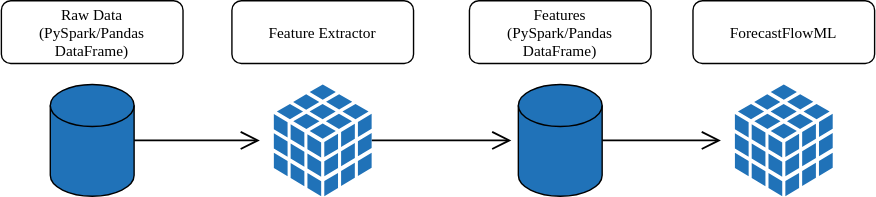
Earlier version of the draw.io export docs/source/_static/modules.svg (canerturkseven/ForecastFlowML). Source tidied: cells renumbered, new cells last; positions are measured from the earlier drawing's top-left corner, leaving out a move shared by most shapes. The source it was exported from:
```xml
<mxGraphModel>
  <root>
    <mxCell id="0" />
    <mxCell id="1" parent="0" />
    <mxCell id="2" style="edgeStyle=orthogonalEdgeStyle;rounded=0;jettySize=auto;html=1;strokeWidth=1.3;endArrow=open;endFill=0;endSize=11;fontFamily=Verdana;fontSize=11;" parent="1" edge="1" source="3">
      <mxGeometry relative="1" as="geometry">
        <mxPoint x="365" y="100" as="targetPoint" />
      </mxGeometry>
    </mxCell>
    <mxCell id="3" style="sketch=0;shadow=0;dashed=0;html=1;strokeColor=none;labelPosition=center;verticalLabelPosition=bottom;verticalAlign=top;outlineConnect=0;align=center;shape=mxgraph.office.databases.database_cube;fillColor=#2072B8;fontFamily=Verdana;fontSize=11;" parent="1" vertex="1">
      <mxGeometry x="195" y="60" width="70" height="80" as="geometry" />
    </mxCell>
    <mxCell id="4" style="edgeStyle=orthogonalEdgeStyle;rounded=0;jettySize=auto;html=1;strokeWidth=1.3;endArrow=open;endFill=0;endSize=11;fontFamily=Verdana;fontSize=11;" parent="1" edge="1" source="5">
      <mxGeometry relative="1" as="geometry">
        <mxPoint x="185" y="100" as="targetPoint" />
      </mxGeometry>
    </mxCell>
    <mxCell id="5" style="shape=cylinder3;whiteSpace=wrap;html=1;boundedLbl=1;backgroundOutline=1;size=15;fontFamily=Verdana;fontSize=11;fillColor=#2072B8;" parent="1" vertex="1">
      <mxGeometry x="35" y="60" width="60" height="80" as="geometry" />
    </mxCell>
    <mxCell id="6" style="edgeStyle=orthogonalEdgeStyle;rounded=0;jettySize=auto;html=1;strokeWidth=1.3;endArrow=open;endFill=0;endSize=11;fontFamily=Verdana;fontSize=11;" parent="1" edge="1" source="7">
      <mxGeometry relative="1" as="geometry">
        <mxPoint x="515" y="100" as="targetPoint" />
      </mxGeometry>
    </mxCell>
    <mxCell id="7" style="shape=cylinder3;whiteSpace=wrap;html=1;boundedLbl=1;backgroundOutline=1;size=15;fontFamily=Verdana;fontSize=11;fillColor=#2072B8;" parent="1" vertex="1">
      <mxGeometry x="370" y="60" width="60" height="80" as="geometry" />
    </mxCell>
    <mxCell id="8" style="sketch=0;shadow=0;dashed=0;html=1;strokeColor=none;labelPosition=center;verticalLabelPosition=bottom;verticalAlign=top;align=center;shape=mxgraph.office.databases.database_cube;fillColor=#2072B8;fontFamily=Verdana;fontSize=11;" parent="1" vertex="1">
      <mxGeometry x="525" y="60" width="70" height="80" as="geometry" />
    </mxCell>
    <mxCell id="9" value="Raw Data&lt;br style=&quot;font-size: 11px;&quot;&gt;(PySpark/Pandas DataFrame)" style="text;html=1;strokeColor=default;fillColor=none;align=center;verticalAlign=middle;whiteSpace=wrap;rounded=1;fontFamily=Verdana;fontSize=11;" parent="1" vertex="1">
      <mxGeometry width="130" height="45" as="geometry" />
    </mxCell>
    <mxCell id="10" value="Features&lt;br style=&quot;font-size: 11px;&quot;&gt;(PySpark/Pandas DataFrame)" style="text;html=1;strokeColor=default;fillColor=none;align=center;verticalAlign=middle;whiteSpace=wrap;rounded=1;fontFamily=Verdana;fontSize=11;" parent="1" vertex="1">
      <mxGeometry x="335" width="130" height="45" as="geometry" />
    </mxCell>
    <mxCell id="11" value="Feature Extractor" style="text;html=1;strokeColor=default;fillColor=none;align=center;verticalAlign=middle;whiteSpace=wrap;rounded=1;fontFamily=Verdana;fontSize=11;" parent="1" vertex="1">
      <mxGeometry x="165" width="130" height="45" as="geometry" />
    </mxCell>
    <mxCell id="12" value="ForecastFlowML" style="text;html=1;strokeColor=default;fillColor=none;align=center;verticalAlign=middle;whiteSpace=wrap;rounded=1;fontFamily=Verdana;fontSize=11;" parent="1" vertex="1">
      <mxGeometry x="495" width="130" height="45" as="geometry" />
    </mxCell>
  </root>
</mxGraphModel>
```
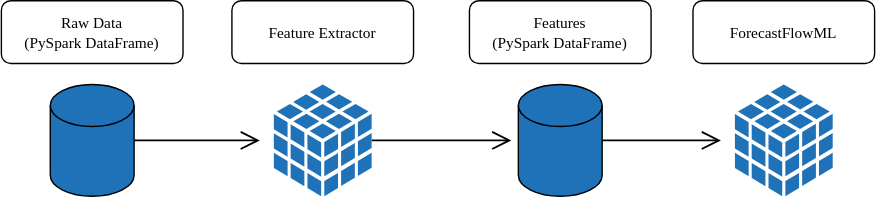
The same diagram one commit later.

Change to the diagram source:
```diff
@@ -29,10 +29,10 @@
     <mxCell id="8" style="sketch=0;shadow=0;dashed=0;html=1;strokeColor=none;labelPosition=center;verticalLabelPosition=bottom;verticalAlign=top;align=center;shape=mxgraph.office.databases.database_cube;fillColor=#2072B8;fontFamily=Verdana;fontSize=11;" parent="1" vertex="1">
       <mxGeometry x="525" y="60" width="70" height="80" as="geometry" />
     </mxCell>
-    <mxCell id="9" value="Raw Data&lt;br style=&quot;font-size: 11px;&quot;&gt;(PySpark/Pandas DataFrame)" style="text;html=1;strokeColor=default;fillColor=none;align=center;verticalAlign=middle;whiteSpace=wrap;rounded=1;fontFamily=Verdana;fontSize=11;" parent="1" vertex="1">
+    <mxCell id="9" value="Raw Data&lt;br style=&quot;font-size: 11px;&quot;&gt;(PySpark DataFrame)" style="text;html=1;strokeColor=default;fillColor=none;align=center;verticalAlign=middle;whiteSpace=wrap;rounded=1;fontFamily=Verdana;fontSize=11;" parent="1" vertex="1">
       <mxGeometry width="130" height="45" as="geometry" />
     </mxCell>
-    <mxCell id="10" value="Features&lt;br style=&quot;font-size: 11px;&quot;&gt;(PySpark/Pandas DataFrame)" style="text;html=1;strokeColor=default;fillColor=none;align=center;verticalAlign=middle;whiteSpace=wrap;rounded=1;fontFamily=Verdana;fontSize=11;" parent="1" vertex="1">
+    <mxCell id="10" value="Features&lt;br style=&quot;font-size: 11px;&quot;&gt;(PySpark DataFrame)" style="text;html=1;strokeColor=default;fillColor=none;align=center;verticalAlign=middle;whiteSpace=wrap;rounded=1;fontFamily=Verdana;fontSize=11;" parent="1" vertex="1">
       <mxGeometry x="335" width="130" height="45" as="geometry" />
     </mxCell>
     <mxCell id="11" value="Feature Extractor" style="text;html=1;strokeColor=default;fillColor=none;align=center;verticalAlign=middle;whiteSpace=wrap;rounded=1;fontFamily=Verdana;fontSize=11;" parent="1" vertex="1">
```
